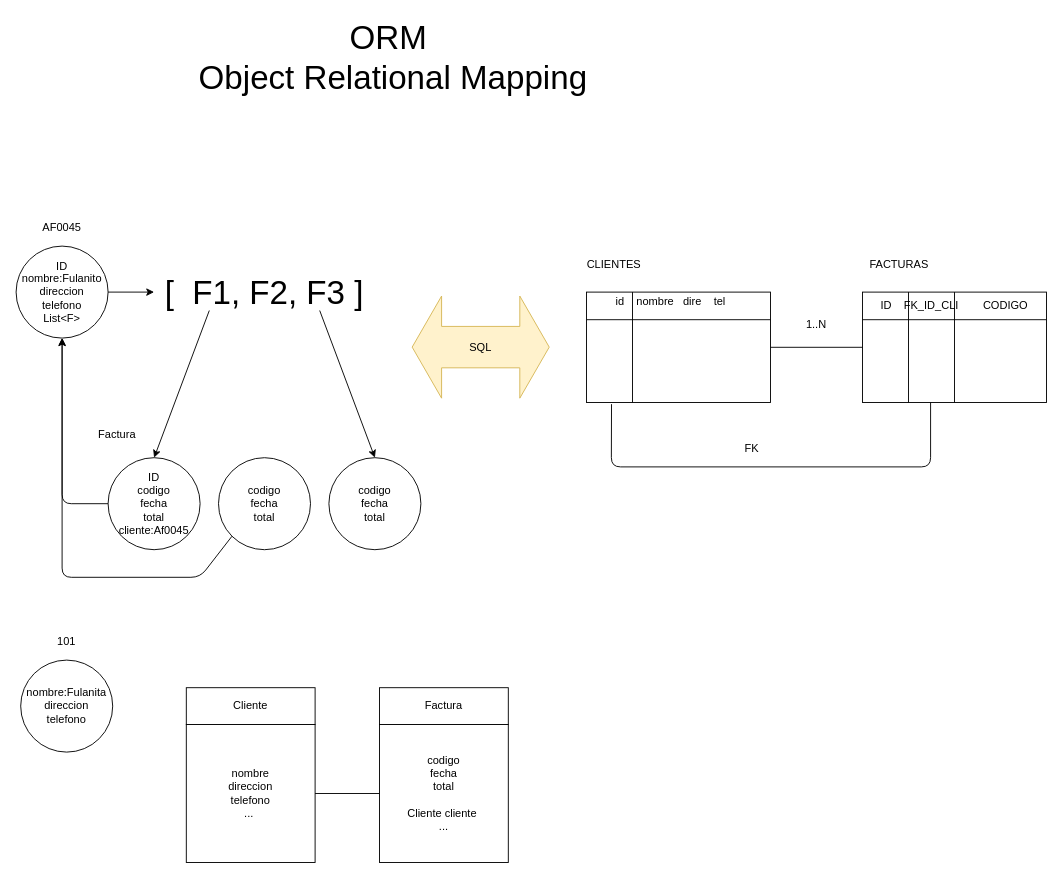
This is page "Página-1" (1 of 17) of diagramas.drawio from lrag/Hibernate_JPA, a draw.io file, before an edit. Source tidied: cells renumbered, new cells numbered last; positions are measured from the earlier drawing's top-left corner, leaving out a move shared by most shapes. Both pictures are drawn from the tidied source at 92%, with x=0, y=0 at pixel (16, 16).
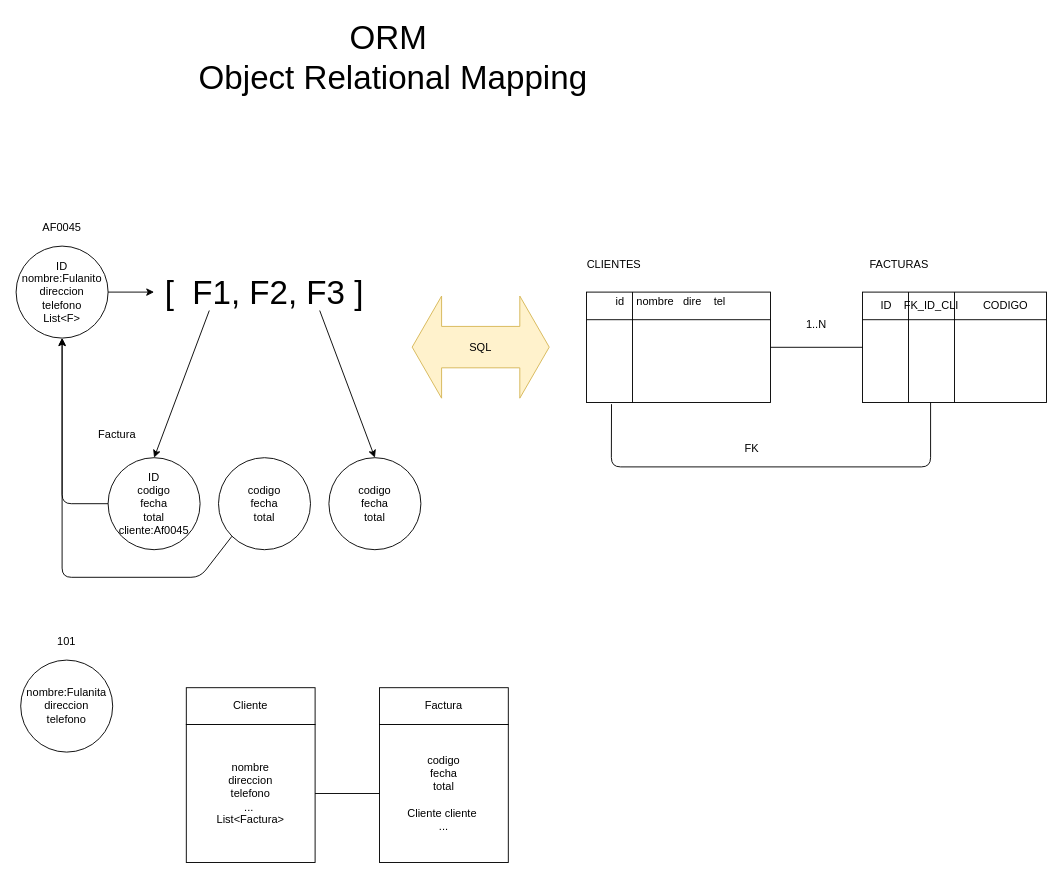
Above is the later version.

Change to the diagram source:
```diff
@@
-    <mxCell id="28" value="nombre&lt;br&gt;direccion&lt;br&gt;telefono&lt;br&gt;...&amp;nbsp;" style="rounded=0;whiteSpace=wrap;html=1;" parent="1" vertex="1">
+    <mxCell id="28" value="nombre&lt;br&gt;direccion&lt;br&gt;telefono&lt;br&gt;...&amp;nbsp;&lt;br&gt;List&amp;lt;Factura&amp;gt;" style="rounded=0;whiteSpace=wrap;html=1;" parent="1" vertex="1">
       <mxGeometry x="185" y="770" width="140" height="150" as="geometry" />
     </mxCell>
```
